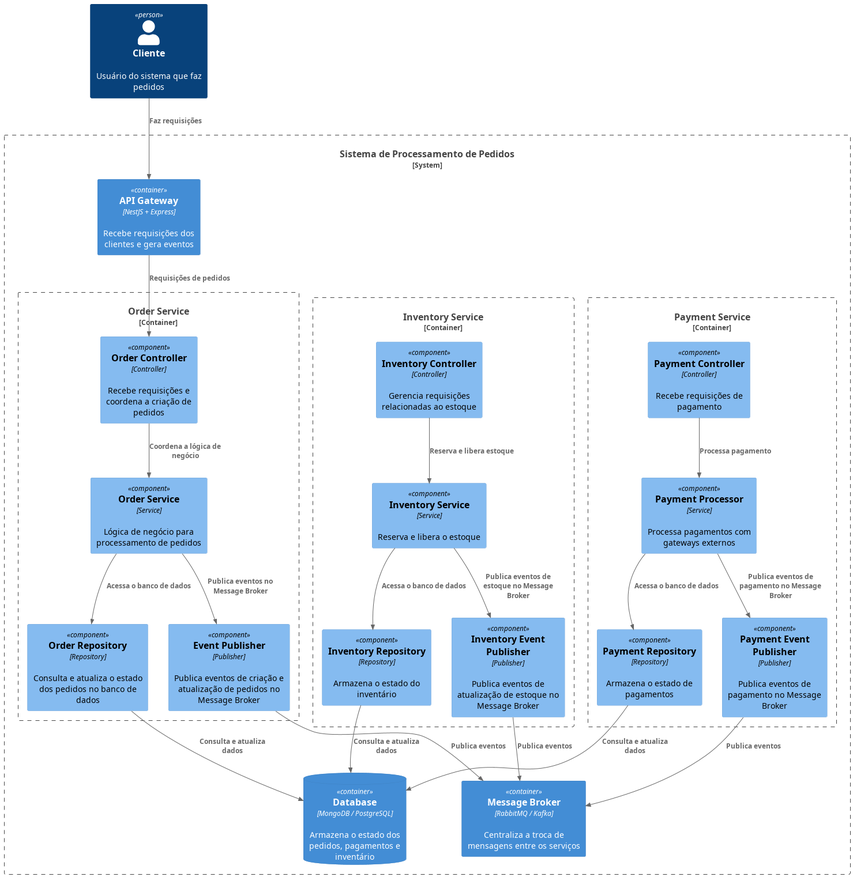
Above: assets/diagrams/out/n3-component/Component n3.png in jnerydesigner/Bemol (PlantUML), before the change. The source it was exported from:
```plantuml
@startuml Component n3
!include https://raw.githubusercontent.com/plantuml-stdlib/C4-PlantUML/master/C4_Component.puml

Person(cliente, "Cliente", "Usuário do sistema que faz pedidos")

System_Boundary(spp_boundary, "Sistema de Processamento de Pedidos") {

  Container(apiGateway, "API Gateway", "NestJS + Express", "Recebe requisições dos clientes e gera eventos")

  Container_Boundary(orderService, "Order Service") {
    Component(orderController, "Order Controller", "Controller", "Recebe requisições e coordena a criação de pedidos")
    Component(orderServiceComponent, "Order Service", "Service", "Lógica de negócio para processamento de pedidos")
    Component(orderRepository, "Order Repository", "Repository", "Consulta e atualiza o estado dos pedidos no banco de dados")
    Component(eventPublisher, "Event Publisher", "Publisher", "Publica eventos de criação e atualização de pedidos no Message Broker")
  }

  Container_Boundary(paymentService, "Payment Service") {
    Component(paymentController, "Payment Controller", "Controller", "Recebe requisições de pagamento")
    Component(paymentProcessor, "Payment Processor", "Service", "Processa pagamentos com gateways externos")
    Component(paymentRepository, "Payment Repository", "Repository", "Armazena o estado de pagamentos")
    Component(paymentEventPublisher, "Payment Event Publisher", "Publisher", "Publica eventos de pagamento no Message Broker")
  }

  Container_Boundary(inventoryService, "Inventory Service") {
    Component(inventoryController, "Inventory Controller", "Controller", "Gerencia requisições relacionadas ao estoque")
    Component(inventoryServiceComponent, "Inventory Service", "Service", "Reserva e libera o estoque")
    Component(inventoryRepository, "Inventory Repository", "Repository", "Armazena o estado do inventário")
    Component(inventoryEventPublisher, "Inventory Event Publisher", "Publisher", "Publica eventos de atualização de estoque no Message Broker")
  }

  Container(messageBroker, "Message Broker", "RabbitMQ / Kafka", "Centraliza a troca de mensagens entre os serviços")

  ContainerDb(database, "Database", "MongoDB / PostgreSQL", "Armazena o estado dos pedidos, pagamentos e inventário")
}

Rel(cliente, apiGateway, "Faz requisições")
Rel(apiGateway, orderController, "Requisições de pedidos")
Rel(orderController, orderServiceComponent, "Coordena a lógica de negócio")
Rel(orderServiceComponent, orderRepository, "Acessa o banco de dados")
Rel(orderServiceComponent, eventPublisher, "Publica eventos no Message Broker")

Rel(paymentController, paymentProcessor, "Processa pagamento")
Rel(paymentProcessor, paymentRepository, "Acessa o banco de dados")
Rel(paymentProcessor, paymentEventPublisher, "Publica eventos de pagamento no Message Broker")

Rel(inventoryController, inventoryServiceComponent, "Reserva e libera estoque")
Rel(inventoryServiceComponent, inventoryRepository, "Acessa o banco de dados")
Rel(inventoryServiceComponent, inventoryEventPublisher, "Publica eventos de estoque no Message Broker")

Rel(eventPublisher, messageBroker, "Publica eventos")
Rel(paymentEventPublisher, messageBroker, "Publica eventos")
Rel(inventoryEventPublisher, messageBroker, "Publica eventos")
Rel(orderRepository, database, "Consulta e atualiza dados")
Rel(paymentRepository, database, "Consulta e atualiza dados")
Rel(inventoryRepository, database, "Consulta e atualiza dados")

@enduml
```
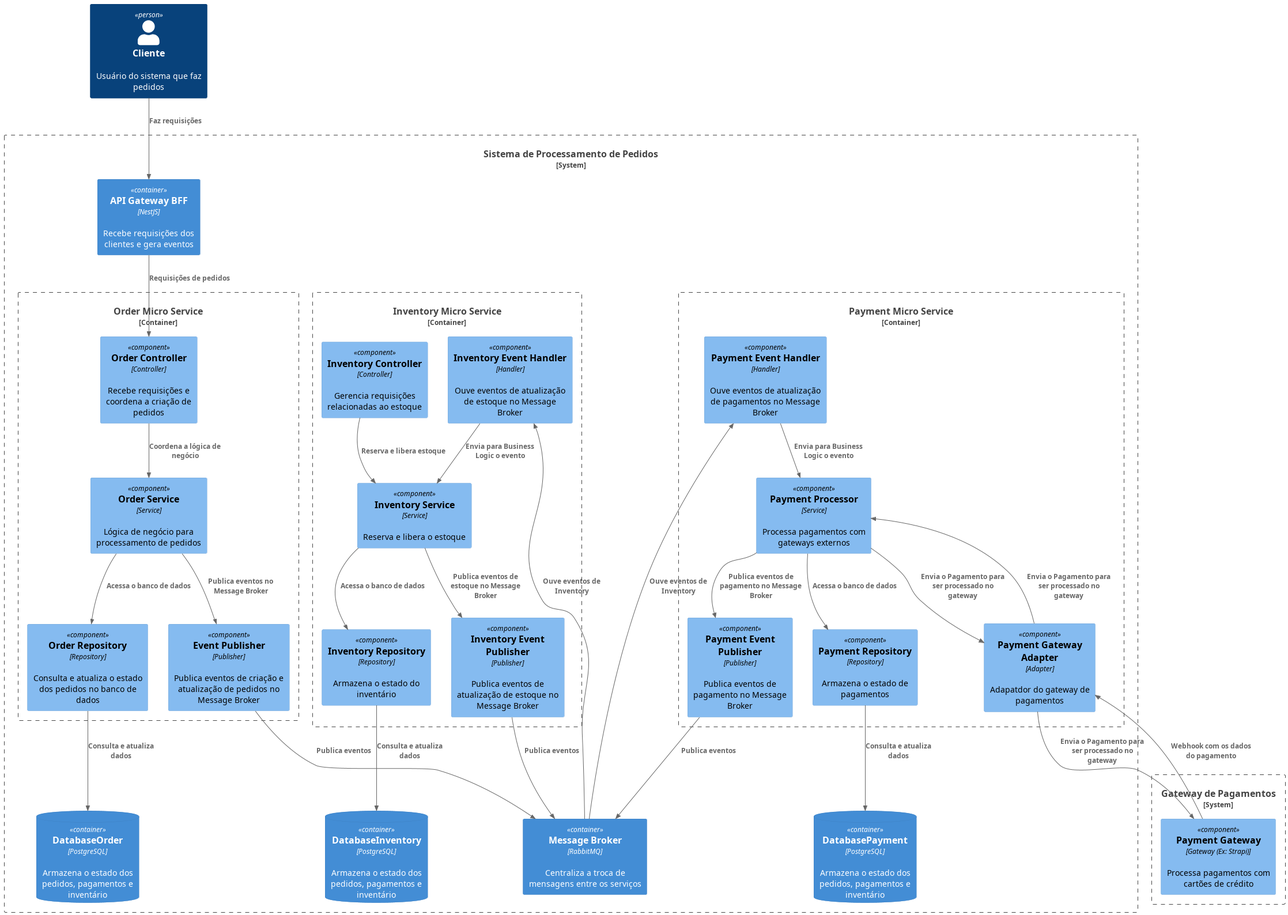
The same diagram one commit later.

Change to the diagram source:
```diff
@@ -3,34 +3,45 @@
 
 Person(cliente, "Cliente", "Usuário do sistema que faz pedidos")
 
+
+
 System_Boundary(spp_boundary, "Sistema de Processamento de Pedidos") {
 
-  Container(apiGateway, "API Gateway", "NestJS + Express", "Recebe requisições dos clientes e gera eventos")
+  Container(apiGateway, "API Gateway BFF", "NestJS", "Recebe requisições dos clientes e gera eventos")
 
-  Container_Boundary(orderService, "Order Service") {
+  Container_Boundary(orderService, "Order Micro Service") {
     Component(orderController, "Order Controller", "Controller", "Recebe requisições e coordena a criação de pedidos")
     Component(orderServiceComponent, "Order Service", "Service", "Lógica de negócio para processamento de pedidos")
     Component(orderRepository, "Order Repository", "Repository", "Consulta e atualiza o estado dos pedidos no banco de dados")
     Component(eventPublisher, "Event Publisher", "Publisher", "Publica eventos de criação e atualização de pedidos no Message Broker")
   }
 
-  Container_Boundary(paymentService, "Payment Service") {
-    Component(paymentController, "Payment Controller", "Controller", "Recebe requisições de pagamento")
+
+  Container_Boundary(paymentService, "Payment Micro Service") {
     Component(paymentProcessor, "Payment Processor", "Service", "Processa pagamentos com gateways externos")
     Component(paymentRepository, "Payment Repository", "Repository", "Armazena o estado de pagamentos")
     Component(paymentEventPublisher, "Payment Event Publisher", "Publisher", "Publica eventos de pagamento no Message Broker")
+
+    Component(paymentEventHandler, "Payment Event Handler", "Handler", "Ouve eventos de atualização de pagamentos no Message Broker")
+
+    Component(paymentGatewayAdapter, "Payment Gateway Adapter", "Adapter", "Adapatdor do gateway de pagamentos")
   }
 
-  Container_Boundary(inventoryService, "Inventory Service") {
+
+  Container_Boundary(inventoryService, "Inventory Micro Service") {
     Component(inventoryController, "Inventory Controller", "Controller", "Gerencia requisições relacionadas ao estoque")
     Component(inventoryServiceComponent, "Inventory Service", "Service", "Reserva e libera o estoque")
     Component(inventoryRepository, "Inventory Repository", "Repository", "Armazena o estado do inventário")
     Component(inventoryEventPublisher, "Inventory Event Publisher", "Publisher", "Publica eventos de atualização de estoque no Message Broker")
+
+    Component(inventoryEventHandler, "Inventory Event Handler", "Handler", "Ouve eventos de atualização de estoque no Message Broker")
   }
 
-  Container(messageBroker, "Message Broker", "RabbitMQ / Kafka", "Centraliza a troca de mensagens entre os serviços")
+  Container(messageBroker, "Message Broker", "RabbitMQ", "Centraliza a troca de mensagens entre os serviços")
 
-  ContainerDb(database, "Database", "MongoDB / PostgreSQL", "Armazena o estado dos pedidos, pagamentos e inventário")
+  ContainerDb(databaseOrder, "DatabaseOrder", "PostgreSQL", "Armazena o estado dos pedidos, pagamentos e inventário")
+  ContainerDb(databaseInventory, "DatabaseInventory", "PostgreSQL", "Armazena o estado dos pedidos, pagamentos e inventário")
+  ContainerDb(databasePayment, "DatabasePayment", "PostgreSQL", "Armazena o estado dos pedidos, pagamentos e inventário")
 }
 
 Rel(cliente, apiGateway, "Faz requisições")
@@ -39,7 +50,7 @@
 Rel(orderServiceComponent, orderRepository, "Acessa o banco de dados")
 Rel(orderServiceComponent, eventPublisher, "Publica eventos no Message Broker")
 
-Rel(paymentController, paymentProcessor, "Processa pagamento")
+
 Rel(paymentProcessor, paymentRepository, "Acessa o banco de dados")
 Rel(paymentProcessor, paymentEventPublisher, "Publica eventos de pagamento no Message Broker")
 
@@ -50,8 +61,23 @@
 Rel(eventPublisher, messageBroker, "Publica eventos")
 Rel(paymentEventPublisher, messageBroker, "Publica eventos")
 Rel(inventoryEventPublisher, messageBroker, "Publica eventos")
-Rel(orderRepository, database, "Consulta e atualiza dados")
-Rel(paymentRepository, database, "Consulta e atualiza dados")
-Rel(inventoryRepository, database, "Consulta e atualiza dados")
+Rel(orderRepository, databaseOrder, "Consulta e atualiza dados")
+Rel(paymentRepository, databasePayment, "Consulta e atualiza dados")
+Rel(inventoryRepository, databaseInventory, "Consulta e atualiza dados")
+
+Rel(messageBroker, inventoryEventHandler, "Ouve eventos de Inventory")
+Rel(inventoryEventHandler, inventoryServiceComponent, "Envia para Business Logic o evento")
+
+Rel(messageBroker, paymentEventHandler, "Ouve eventos de Inventory")
+Rel(paymentEventHandler, paymentProcessor, "Envia para Business Logic o evento")
+
+System_Boundary(paymentGatewaySystem, "Gateway de Pagamentos") {
+  Component(paymentGateway, "Payment Gateway", "Gateway (Ex: Strapi)", "Processa pagamentos com cartões de crédito")
+}
+
+Rel(paymentGateway, paymentGatewayAdapter, "Webhook com os dados do pagamento")
+Rel(paymentProcessor, paymentGatewayAdapter,"Envia o Pagamento para ser processado no gateway")
+Rel(paymentGatewayAdapter, paymentProcessor,"Envia o Pagamento para ser processado no gateway")
+Rel(paymentGatewayAdapter, paymentGateway,"Envia o Pagamento para ser processado no gateway")
 
 @enduml
```
